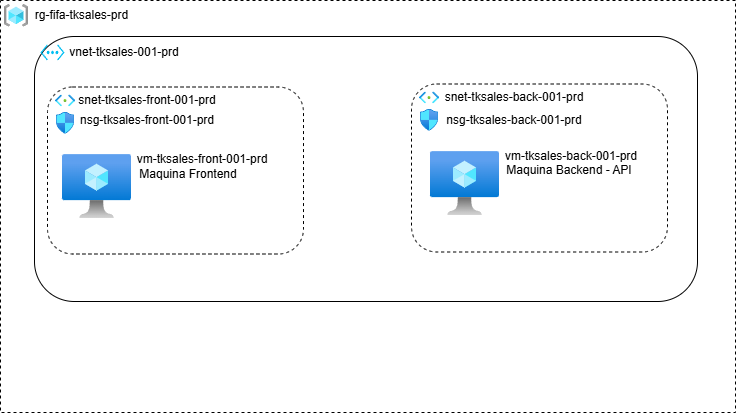
Above: Arquitetura Projeto/Arquitetura Copa do Mundo Azure TFTEC 2026.drawio.png in Passos-Gabriel/Copa-Azure-TFTEC-2026 (draw.io), before the change. Source tidied: cells renumbered, new cells last; positions are measured from the earlier drawing's top-left corner, leaving out a move shared by most shapes.
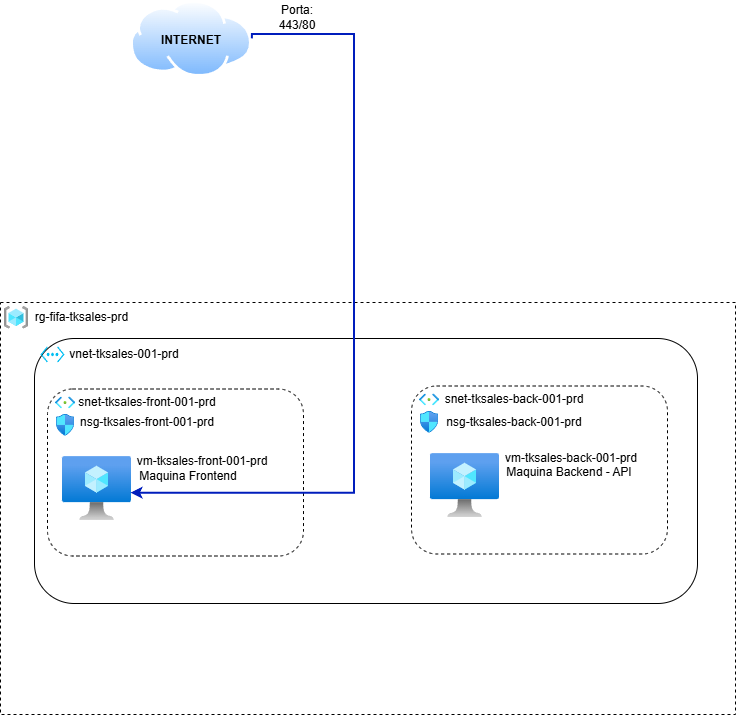
Above is the later version.

Change to the diagram source:
```diff
@@ -68,5 +68,22 @@
     <mxCell id="23" style="image;html=1;align=center;fontSize=12;image=img/lib/azure2/networking/Network_Security_Groups.svg;" parent="1" vertex="1">
       <mxGeometry x="420" y="109" width="18" height="21.9" as="geometry" />
     </mxCell>
+    <mxCell id="24" style="image;perimeter=ellipsePerimeter;html=1;align=center;shadow=0;dashed=0;spacingTop=3;image=img/lib/active_directory/internet_cloud.svg;" parent="1" vertex="1">
+      <mxGeometry x="130" y="-302" width="121.9" height="76.8" as="geometry" />
+    </mxCell>
+    <mxCell id="25" value="&lt;font style=&quot;color: light-dark(rgb(0, 0, 0), rgb(0, 0, 0));&quot;&gt;INTERNET&lt;/font&gt;" style="text;html=1;whiteSpace=wrap;strokeColor=none;fillColor=none;align=center;verticalAlign=middle;rounded=0;fontStyle=1;" parent="1" vertex="1">
+      <mxGeometry x="160.9" y="-277" width="60" height="30" as="geometry" />
+    </mxCell>
+    <mxCell id="26" style="edgeStyle=orthogonalEdgeStyle;rounded=0;jettySize=auto;html=1;exitX=1;exitY=0.5;exitDx=0;exitDy=0;entryX=0.993;entryY=0.573;entryDx=0;entryDy=0;entryPerimeter=0;fillColor=#0050ef;strokeColor=light-dark(#001DBC,#66B2FF);strokeWidth=2;" parent="1" edge="1" source="24" target="14">
+      <mxGeometry relative="1" as="geometry">
+        <Array as="points">
+          <mxPoint x="354" y="-268" />
+          <mxPoint x="354" y="191" />
+        </Array>
+      </mxGeometry>
+    </mxCell>
+    <mxCell id="27" value="Porta: 443/80" style="text;html=1;whiteSpace=wrap;strokeColor=none;fillColor=none;align=center;verticalAlign=middle;rounded=0;" parent="1" vertex="1">
+      <mxGeometry x="267" y="-300" width="60" height="30" as="geometry" />
+    </mxCell>
   </root>
 </mxGraphModel>
```
